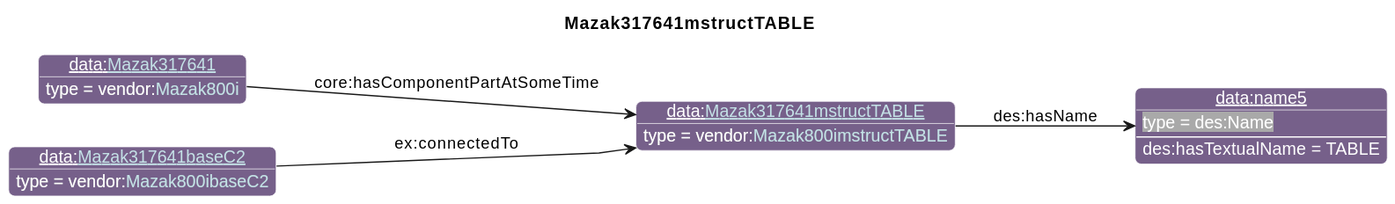
Before: diagrams/Mazak317641mstructTABLE.svg, a diagram exported from PlantUML (iofoundry/example-syseng-mtconnect).
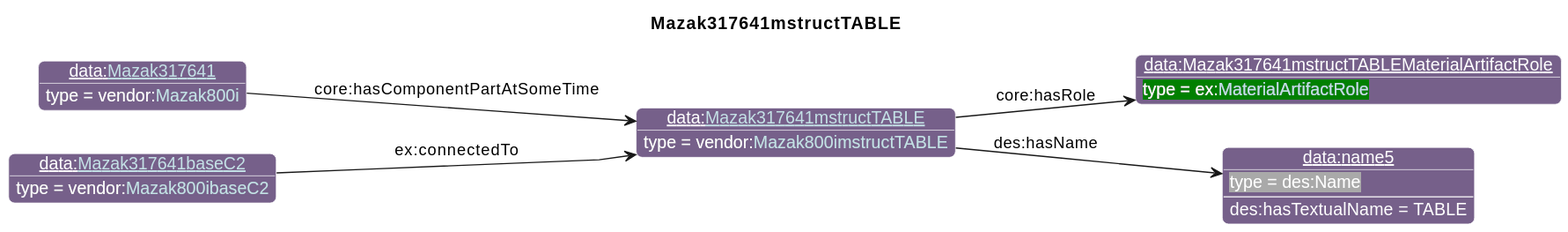
After the change.

Diff of the diagram source:
```diff
@@ -26,11 +26,13 @@
                       "qp":"641B2E"
       }
 individual(o0, data:[[./Mazak317641mstructTABLE.html Mazak317641mstructTABLE]], vendor:[[../Mazak.html#Mazak800imstructTABLE Mazak800imstructTABLE]])
-individual(o1, data:name5, des:Name)
-individual(o2, data:[[./Mazak317641.html Mazak317641]], vendor:[[../Mazak.html#Mazak800i Mazak800i]])
-individual(o3, data:[[./Mazak317641baseC2.html Mazak317641baseC2]], vendor:[[../Mazak.html#Mazak800ibaseC2 Mazak800ibaseC2]])
-property(o0, "des:hasName", o1)
-data(o1, "des:hasTextualName", "TABLE")
-property(o2, "core:hasComponentPartAtSomeTime", o0)
-property(o3, "ex:connectedTo", o0)
+individual(o1, data:Mazak317641mstructTABLEMaterialArtifactRole, ex:[[../Example.html#MaterialArtifactRole MaterialArtifactRole]])
+individual(o2, data:name5, des:Name)
+individual(o3, data:[[./Mazak317641.html Mazak317641]], vendor:[[../Mazak.html#Mazak800i Mazak800i]])
+individual(o4, data:[[./Mazak317641baseC2.html Mazak317641baseC2]], vendor:[[../Mazak.html#Mazak800ibaseC2 Mazak800ibaseC2]])
+property(o0, "core:hasRole", o1)
+property(o0, "des:hasName", o2)
+data(o2, "des:hasTextualName", "TABLE")
+property(o3, "core:hasComponentPartAtSomeTime", o0)
+property(o4, "ex:connectedTo", o0)
 @enduml
```
